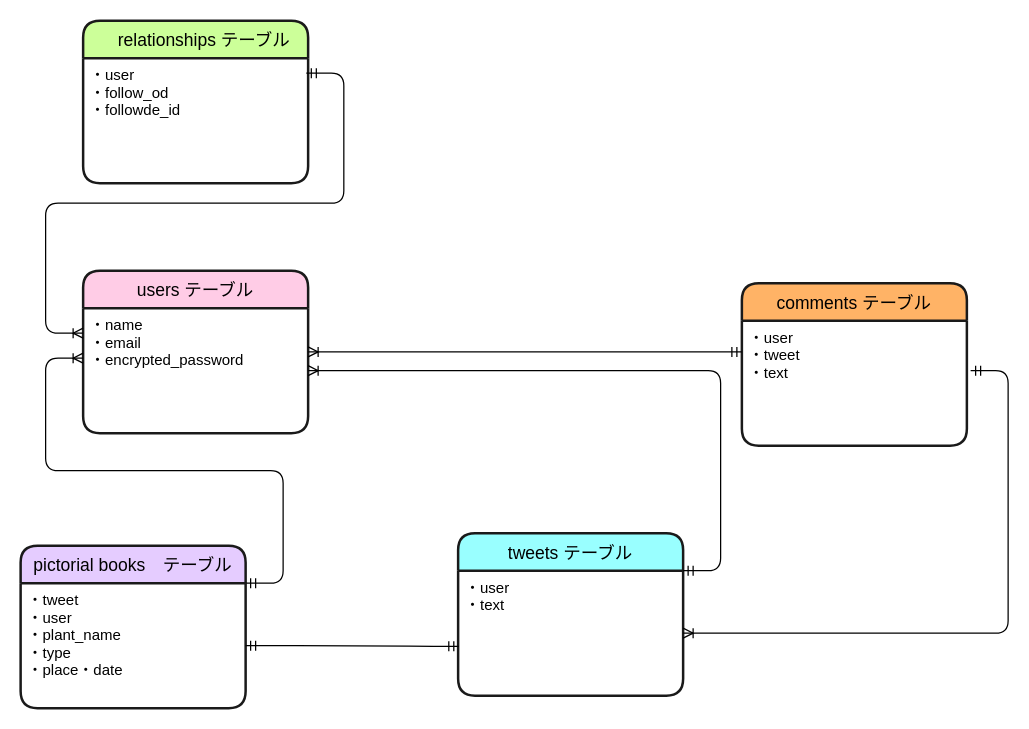
This is succulent_table.dio from riko38407/succulent_tweet, a draw.io file, before an edit. Source tidied: cells renumbered, new cells numbered last; positions are measured from the earlier drawing's top-left corner, leaving out a move shared by most shapes. Both pictures are drawn from the tidied source at 125%, with x=0, y=0 at pixel (20, 20).
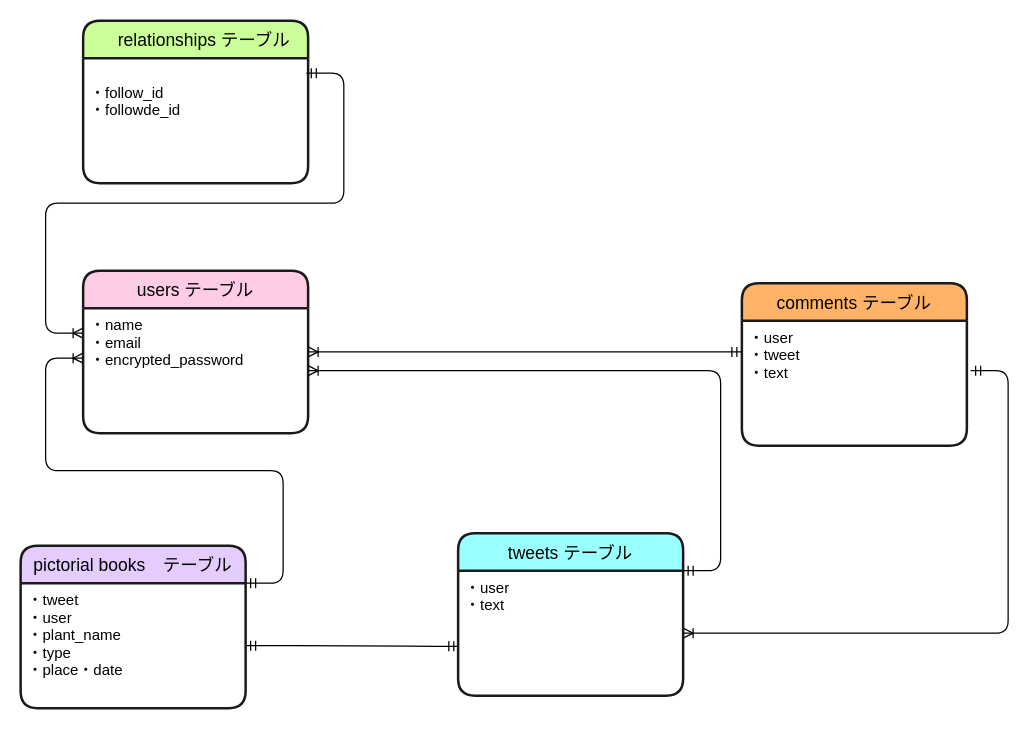
The same diagram, later.

Commit message (it also covers changes not shown here):
Relationshipsカラム名修正

Unchanged cells that the change refers to:
```xml
<mxCell id="15" value="　relationships テーブル" style="swimlane;horizontal=1;startSize=30;rounded=1;fontSize=14;fontStyle=0;strokeWidth=2;shadow=0;dashed=0;align=center;fillColor=#CCFF99;strokeColor=#1A1A1A;" parent="1" vertex="1">
  <mxGeometry x="50" width="180" height="130" as="geometry" />
</mxCell>
```

Diff of the diagram source:
```diff
@@
-    <mxCell id="16" value="・user&#10;・follow_od&#10;・followde_id" style="align=left;strokeColor=none;fillColor=none;spacingLeft=4;fontSize=12;verticalAlign=top;" parent="15" vertex="1">
+    <mxCell id="16" value="&#10;・follow_id&#10;・followde_id" style="align=left;strokeColor=none;fillColor=none;spacingLeft=4;fontSize=12;verticalAlign=top;" parent="15" vertex="1">
       <mxGeometry y="30" width="180" height="100" as="geometry" />
     </mxCell>
```
